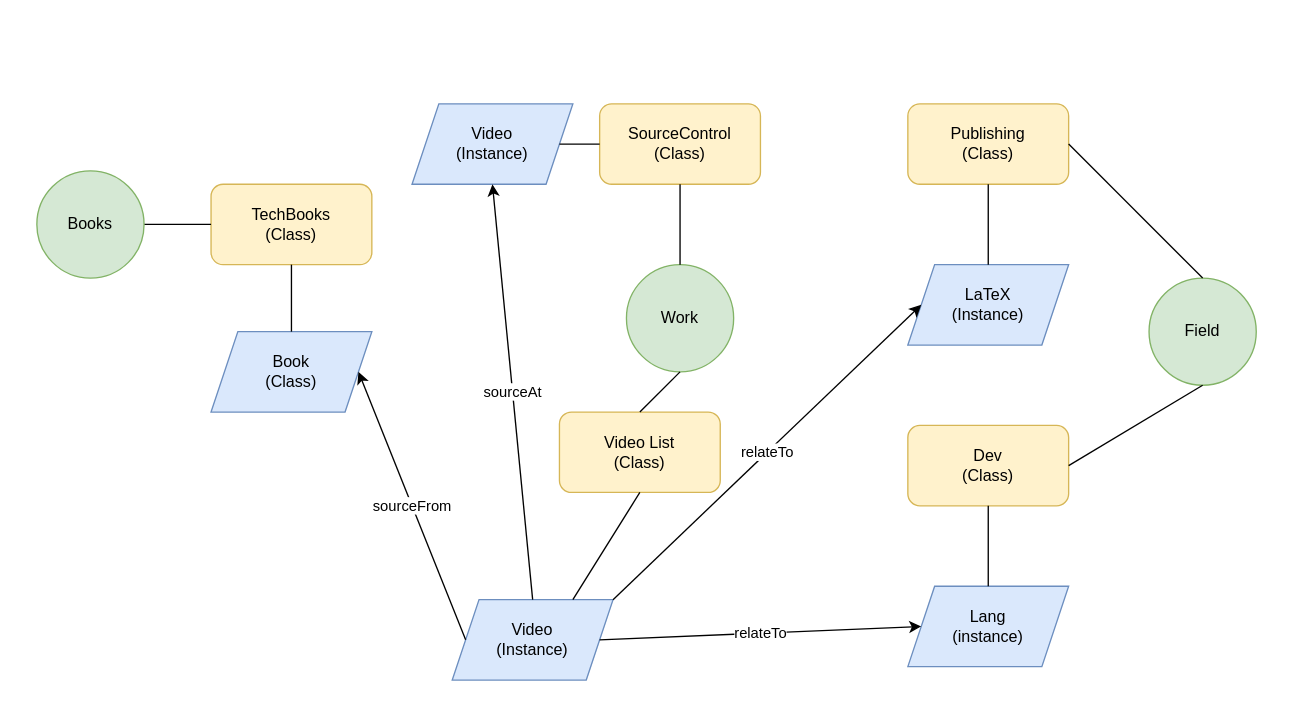
The draw.io diagram working/ontologies-illustration.drawio in yasenstar/ontology, before the edit. Source tidied: cells renumbered, new cells numbered last; positions are measured from the earlier drawing's top-left corner, leaving out a move shared by most shapes. Both pictures are drawn from the tidied source at 134%, with x=0, y=0 at pixel (36, 103).
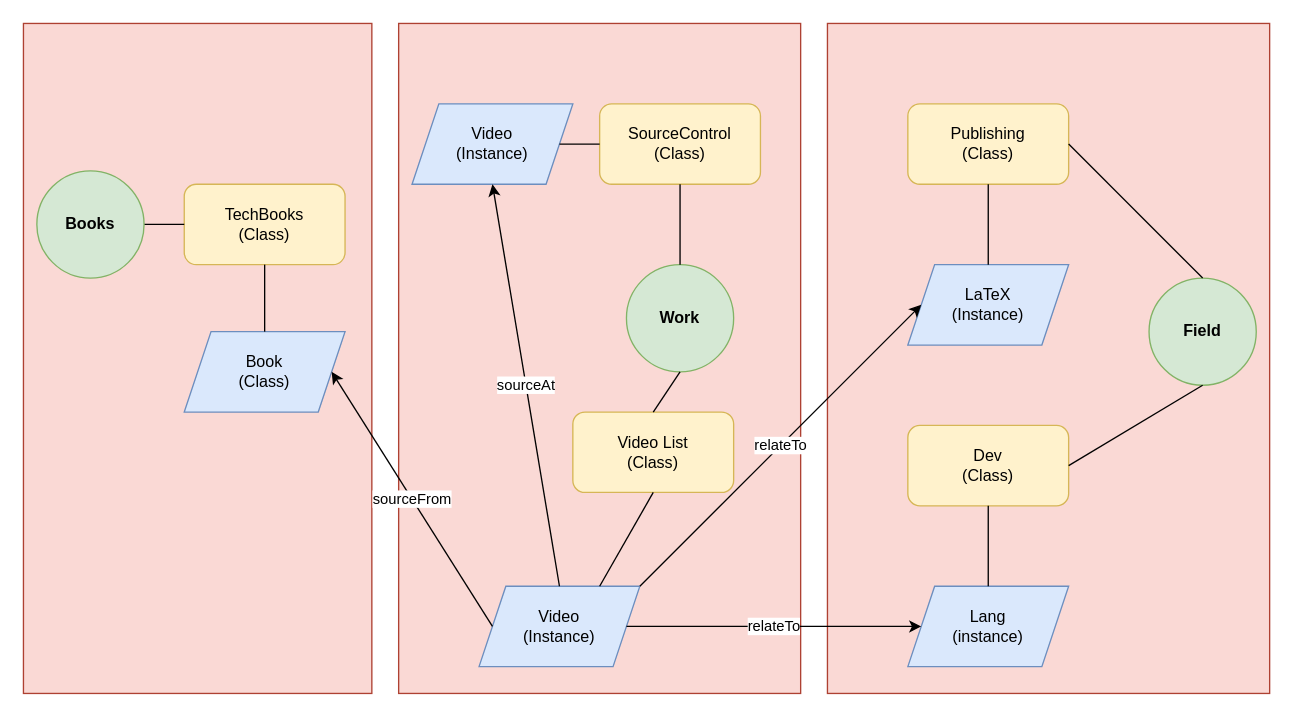
The same page after the edit.

Change to the diagram source:
```diff
@@
+    <mxCell id="29" style="rounded=0;whiteSpace=wrap;html=1;fillColor=#fad9d5;strokeColor=#ae4132;" parent="1" vertex="1">
+      <mxGeometry x="590" y="-60" width="330" height="500" as="geometry" />
+    </mxCell>
+    <mxCell id="30" style="rounded=0;whiteSpace=wrap;html=1;fillColor=#fad9d5;strokeColor=#ae4132;" parent="1" vertex="1">
+      <mxGeometry x="270" y="-60" width="300" height="500" as="geometry" />
+    </mxCell>
+    <mxCell id="31" style="rounded=0;whiteSpace=wrap;html=1;fillColor=#fad9d5;strokeColor=#ae4132;" parent="1" vertex="1">
+      <mxGeometry x="-10" y="-60" width="260" height="500" as="geometry" />
+    </mxCell>
-    <mxCell id="2" value="Work" style="ellipse;whiteSpace=wrap;html=1;fillColor=#d5e8d4;strokeColor=#82b366;" parent="1" vertex="1">
+    <mxCell id="2" value="Work" style="ellipse;whiteSpace=wrap;html=1;fillColor=#d5e8d4;strokeColor=#82b366;fontStyle=1;" parent="1" vertex="1">
       <mxGeometry x="440" y="120" width="80" height="80" as="geometry" />
     </mxCell>
-    <mxCell id="3" value="Field" style="ellipse;whiteSpace=wrap;html=1;fillColor=#d5e8d4;strokeColor=#82b366;" parent="1" vertex="1">
+    <mxCell id="3" value="Field" style="ellipse;whiteSpace=wrap;html=1;fillColor=#d5e8d4;strokeColor=#82b366;fontStyle=1;" parent="1" vertex="1">
       <mxGeometry x="830" y="130" width="80" height="80" as="geometry" />
     </mxCell>
     <mxCell id="4" value="Video List&lt;br&gt;(Class)" style="rounded=1;whiteSpace=wrap;html=1;fillColor=#fff2cc;strokeColor=#d6b656;" parent="1" vertex="1">
-      <mxGeometry x="390" y="230" width="120" height="60" as="geometry" />
+      <mxGeometry x="400" y="230" width="120" height="60" as="geometry" />
     </mxCell>
@@
     <mxCell id="6" value="Video&lt;br&gt;(Instance)" style="shape=parallelogram;perimeter=parallelogramPerimeter;whiteSpace=wrap;html=1;fixedSize=1;fillColor=#dae8fc;strokeColor=#6c8ebf;" parent="1" vertex="1">
-      <mxGeometry x="310" y="370" width="120" height="60" as="geometry" />
+      <mxGeometry x="330" y="360" width="120" height="60" as="geometry" />
     </mxCell>
@@
     <mxCell id="8" value="TechBooks&lt;br&gt;(Class)" style="rounded=1;whiteSpace=wrap;html=1;fillColor=#fff2cc;strokeColor=#d6b656;" parent="1" vertex="1">
-      <mxGeometry x="130" y="60" width="120" height="60" as="geometry" />
+      <mxGeometry x="110" y="60" width="120" height="60" as="geometry" />
     </mxCell>
@@
     <mxCell id="10" value="Book&lt;br&gt;(Class)" style="shape=parallelogram;perimeter=parallelogramPerimeter;whiteSpace=wrap;html=1;fixedSize=1;fillColor=#dae8fc;strokeColor=#6c8ebf;" parent="1" vertex="1">
-      <mxGeometry x="130" y="170" width="120" height="60" as="geometry" />
+      <mxGeometry x="110" y="170" width="120" height="60" as="geometry" />
     </mxCell>
@@
-    <mxCell id="18" value="Books" style="ellipse;whiteSpace=wrap;html=1;fillColor=#d5e8d4;strokeColor=#82b366;" parent="1" vertex="1">
+    <mxCell id="18" value="Books" style="ellipse;whiteSpace=wrap;html=1;fillColor=#d5e8d4;strokeColor=#82b366;fontStyle=1;" parent="1" vertex="1">
       <mxGeometry y="50" width="80" height="80" as="geometry" />
     </mxCell>
```
